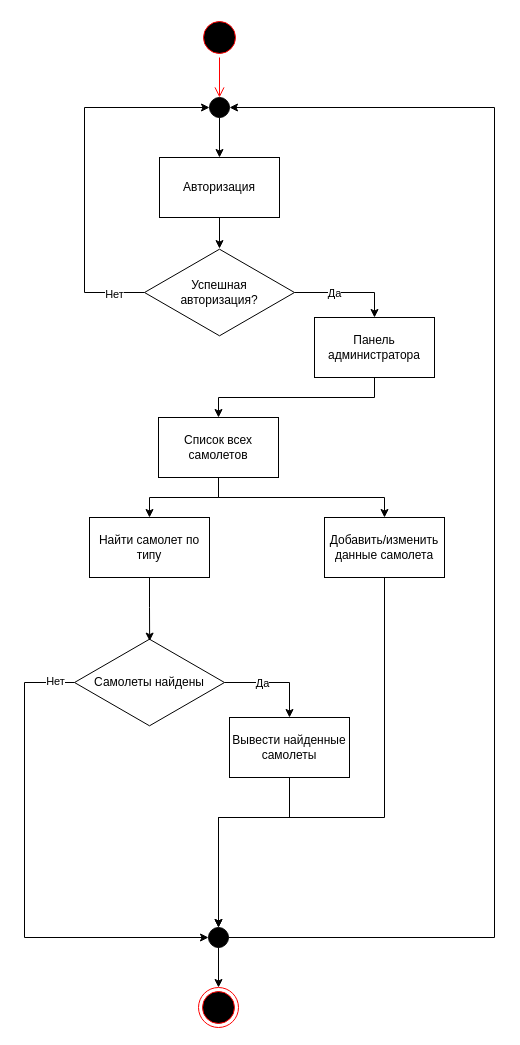
The draw.io diagram page "Админ_прсм_изм_самолетов" (4 of 6) of Диаграммы_drawio/Сценарии_использования.drawio in CCF2P/Backend, before the edit. Source tidied: cells renumbered, new cells numbered last; positions are measured from the earlier drawing's top-left corner, leaving out a move shared by most shapes. Both pictures are drawn from the tidied source at 100%, with x=0, y=0 at pixel (24, 17).
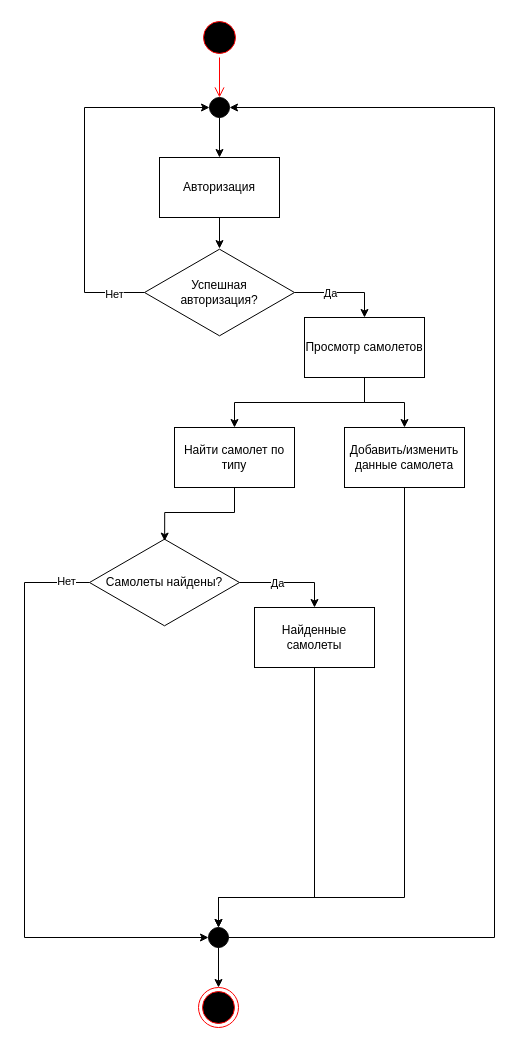
The same diagram, later.

Unchanged cells that the change refers to:
```xml
<mxCell id="16" style="ellipse;fillColor=strokeColor;html=1;" parent="1" vertex="1">
  <mxGeometry x="184" y="910" width="20" height="20" as="geometry" />
</mxCell>
<mxCell id="29" value="Успешная&lt;br&gt;авторизация?" style="html=1;whiteSpace=wrap;shape=isoRectangle;" parent="1" vertex="1">
  <mxGeometry x="120" y="230" width="150" height="90" as="geometry" />
</mxCell>
```

What changed in the source:
```diff
@@
-    <mxCell id="4" value="Список всех самолетов" style="rounded=0;whiteSpace=wrap;html=1;" parent="1" vertex="1">
-      <mxGeometry x="134" y="400" width="120" height="60" as="geometry" />
+    <mxCell id="4" value="Просмотр самолетов" style="rounded=0;whiteSpace=wrap;html=1;" parent="1" vertex="1">
+      <mxGeometry x="280" y="300" width="120" height="60" as="geometry" />
     </mxCell>
     <mxCell id="5" value="Найти самолет по типу" style="rounded=0;whiteSpace=wrap;html=1;" parent="1" vertex="1">
-      <mxGeometry x="65" y="500" width="120" height="60" as="geometry" />
+      <mxGeometry x="150" y="410" width="120" height="60" as="geometry" />
     </mxCell>
@@
     <mxCell id="8" style="edgeStyle=orthogonalEdgeStyle;rounded=0;jettySize=auto;html=1;entryX=0;entryY=0.5;entryDx=0;entryDy=0;" parent="1" edge="1" source="10" target="16">
       <mxGeometry relative="1" as="geometry">
         <Array as="points">
-          <mxPoint y="665" />
+          <mxPoint y="565" />
           <mxPoint y="920" />
         </Array>
       </mxGeometry>
     </mxCell>
@@
-    <mxCell id="10" value="Самолеты найдены" style="html=1;whiteSpace=wrap;shape=isoRectangle;" parent="1" vertex="1">
-      <mxGeometry x="50" y="620" width="150" height="90" as="geometry" />
+    <mxCell id="10" value="Самолеты найдены?" style="html=1;whiteSpace=wrap;shape=isoRectangle;" parent="1" vertex="1">
+      <mxGeometry x="65" y="520" width="150" height="90" as="geometry" />
     </mxCell>
@@
     <mxCell id="12" style="edgeStyle=orthogonalEdgeStyle;rounded=0;jettySize=auto;html=1;exitX=0.5;exitY=1;exitDx=0;exitDy=0;entryX=0.5;entryY=0;entryDx=0;entryDy=0;" parent="1" edge="1" source="13" target="16">
       <mxGeometry relative="1" as="geometry">
         <Array as="points">
-          <mxPoint x="265" y="800" />
-          <mxPoint x="194" y="800" />
+          <mxPoint x="290" y="880" />
+          <mxPoint x="194" y="880" />
         </Array>
       </mxGeometry>
     </mxCell>
-    <mxCell id="13" value="Вывести найденные самолеты" style="rounded=0;whiteSpace=wrap;html=1;" parent="1" vertex="1">
-      <mxGeometry x="205" y="700" width="120" height="60" as="geometry" />
+    <mxCell id="13" value="Найденные самолеты" style="rounded=0;whiteSpace=wrap;html=1;" parent="1" vertex="1">
+      <mxGeometry x="230" y="590" width="120" height="60" as="geometry" />
     </mxCell>
@@
     <mxCell id="18" style="edgeStyle=orthogonalEdgeStyle;rounded=0;jettySize=auto;html=1;exitX=0.5;exitY=1;exitDx=0;exitDy=0;entryX=0.5;entryY=0;entryDx=0;entryDy=0;" parent="1" edge="1" source="19" target="16">
       <mxGeometry relative="1" as="geometry">
         <Array as="points">
-          <mxPoint x="360" y="800" />
-          <mxPoint x="194" y="800" />
+          <mxPoint x="380" y="880" />
+          <mxPoint x="194" y="880" />
         </Array>
       </mxGeometry>
     </mxCell>
     <mxCell id="19" value="Добавить/изменить данные самолета" style="rounded=0;whiteSpace=wrap;html=1;" parent="1" vertex="1">
-      <mxGeometry x="300" y="500" width="120" height="60" as="geometry" />
+      <mxGeometry x="320" y="410" width="120" height="60" as="geometry" />
     </mxCell>
@@
-    <mxCell id="22" style="edgeStyle=orthogonalEdgeStyle;rounded=0;jettySize=auto;html=1;exitX=0.5;exitY=1;exitDx=0;exitDy=0;entryX=0.5;entryY=0;entryDx=0;entryDy=0;" parent="1" edge="1" source="23" target="4">
-      <mxGeometry relative="1" as="geometry">
-        <Array as="points">
-          <mxPoint x="350" y="380" />
-          <mxPoint x="194" y="380" />
-        </Array>
-      </mxGeometry>
-    </mxCell>
-    <mxCell id="23" value="Панель администратора" style="rounded=0;whiteSpace=wrap;html=1;" parent="1" vertex="1">
-      <mxGeometry x="290" y="300" width="120" height="60" as="geometry" />
-    </mxCell>
@@
-    <mxCell id="27" style="edgeStyle=orthogonalEdgeStyle;rounded=0;jettySize=auto;html=1;entryX=0.5;entryY=0;entryDx=0;entryDy=0;" parent="1" edge="1" source="29" target="23">
+    <mxCell id="27" style="edgeStyle=orthogonalEdgeStyle;rounded=0;jettySize=auto;html=1;entryX=0.5;entryY=0;entryDx=0;entryDy=0;" parent="1" edge="1" source="29" target="4">
       <mxGeometry relative="1" as="geometry" />
     </mxCell>
```
